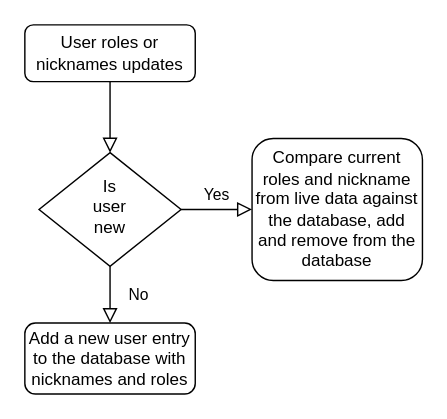
Earlier version of the draw.io diagram User Role or Nickname Changes Flow.drawio (sambarre/RoleStore). Source tidied: cells renumbered, new cells numbered last; positions are measured from the earlier drawing's top-left corner, leaving out a move shared by most shapes. Both pictures are drawn from the tidied source at 142%, with x=0, y=0 at pixel (24, 24).
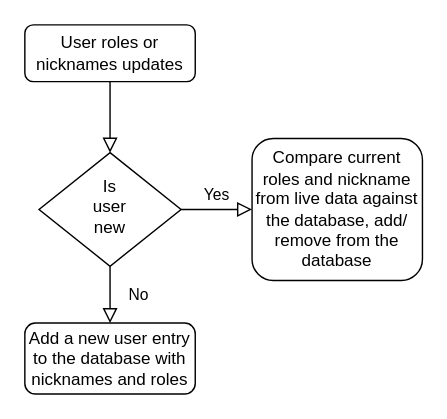
Above is the later version.

Diff of the diagram source:
```diff
@@
 <mxGraphModel>
   <root>
     <mxCell id="0" />
     <mxCell id="1" parent="0" />
     <mxCell id="2" style="rounded=0;html=1;jettySize=auto;fontSize=11;endArrow=block;endFill=0;endSize=8;strokeWidth=1;shadow=0;labelBackgroundColor=none;edgeStyle=orthogonalEdgeStyle;" parent="1" edge="1" source="3" target="6">
       <mxGeometry relative="1" as="geometry" />
     </mxCell>
     <mxCell id="3" value="User roles or nicknames updates" style="rounded=1;whiteSpace=wrap;html=1;fontSize=12;glass=0;strokeWidth=1;shadow=0;" parent="1" vertex="1">
       <mxGeometry width="120" height="40" as="geometry" />
     </mxCell>
     <mxCell id="4" value="No" style="rounded=0;html=1;jettySize=auto;fontSize=11;endArrow=block;endFill=0;endSize=8;strokeWidth=1;shadow=0;labelBackgroundColor=none;edgeStyle=orthogonalEdgeStyle;entryX=0.5;entryY=0;entryDx=0;entryDy=0;" parent="1" edge="1" source="6" target="8">
       <mxGeometry y="20" relative="1" as="geometry" />
     </mxCell>
     <mxCell id="5" value="Yes" style="edgeStyle=orthogonalEdgeStyle;rounded=0;html=1;jettySize=auto;fontSize=11;endArrow=block;endFill=0;endSize=8;strokeWidth=1;shadow=0;labelBackgroundColor=none;" parent="1" edge="1" source="6" target="7">
       <mxGeometry y="10" relative="1" as="geometry" />
     </mxCell>
     <mxCell id="6" value="Is&lt;br&gt;user&lt;br&gt;new" style="rhombus;whiteSpace=wrap;html=1;shadow=0;fontFamily=Helvetica;fontSize=12;align=center;strokeWidth=1;spacing=6;spacingTop=-4;" parent="1" vertex="1">
       <mxGeometry x="10" y="90" width="100" height="80" as="geometry" />
     </mxCell>
-    <mxCell id="7" value="Compare current roles and nickname from live data against the database, add and remove from the database" style="rounded=1;whiteSpace=wrap;html=1;fontSize=12;glass=0;strokeWidth=1;shadow=0;" parent="1" vertex="1">
+    <mxCell id="7" value="Compare current roles and nickname from live data against the database, add/ remove from the database" style="rounded=1;whiteSpace=wrap;html=1;fontSize=12;glass=0;strokeWidth=1;shadow=0;" parent="1" vertex="1">
       <mxGeometry x="160" y="80" width="120" height="100" as="geometry" />
     </mxCell>
     <mxCell id="8" value="Add a new user entry to the database with nicknames and roles" style="rounded=1;whiteSpace=wrap;html=1;fontSize=12;glass=0;strokeWidth=1;shadow=0;" parent="1" vertex="1">
       <mxGeometry y="210" width="120" height="50" as="geometry" />
     </mxCell>
   </root>
 </mxGraphModel>
```
